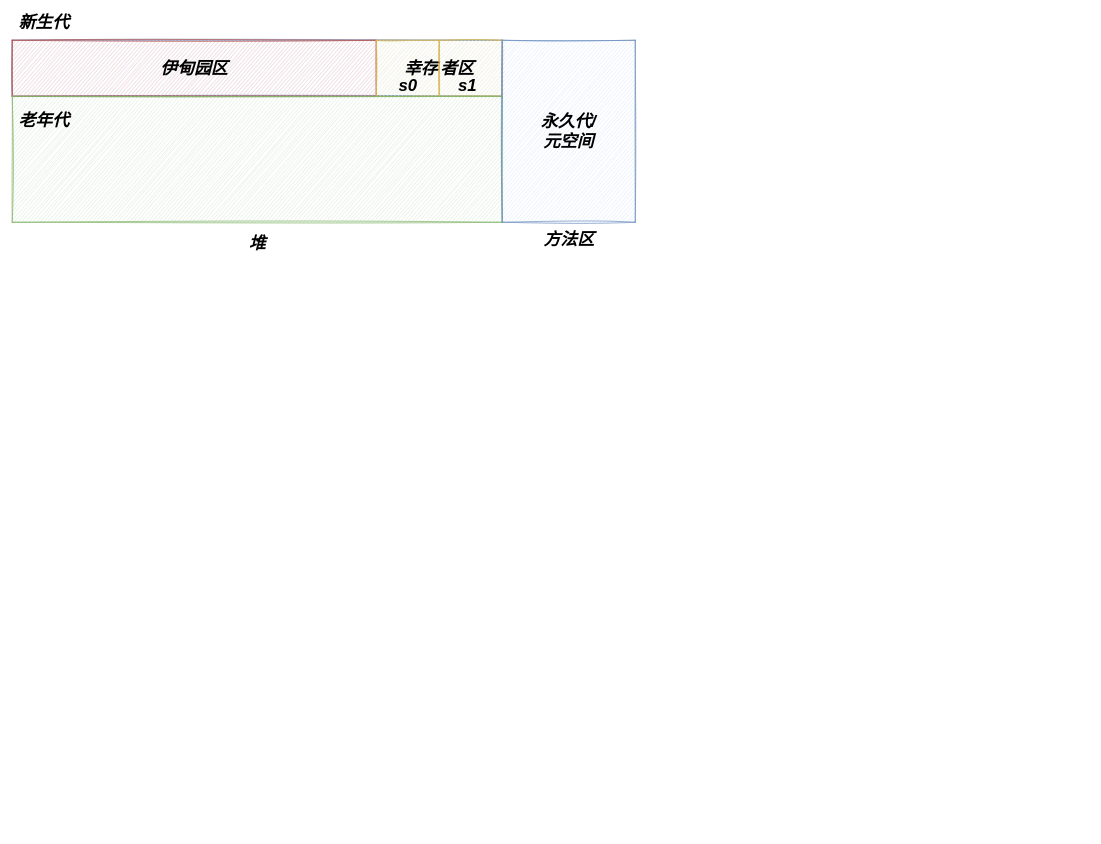
Before: heap.drawio in Bukayoooo/Draws, a draw.io diagram. Source tidied: cells renumbered, new cells numbered last; positions are measured from the earlier drawing's top-left corner, leaving out a move shared by most shapes. Both pictures are drawn from the tidied source at 70%, with x=0, y=0 at pixel (12, 12).
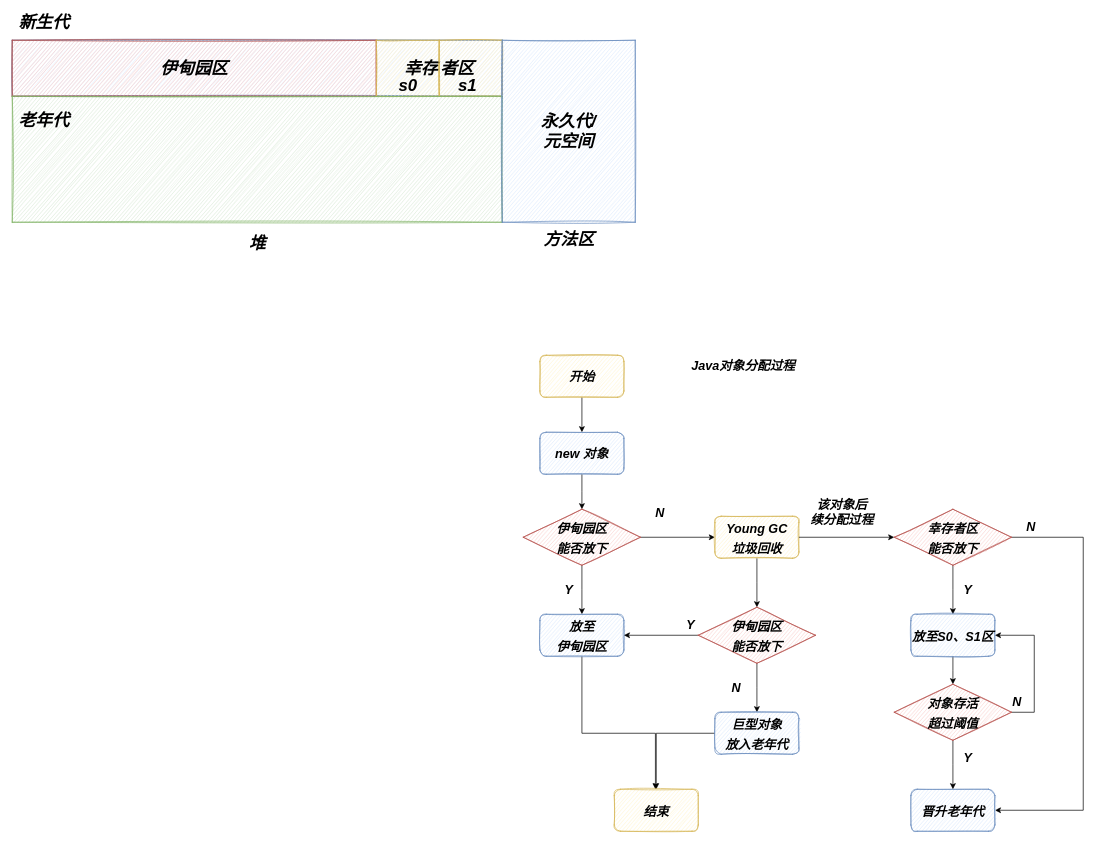
After the change.

Diff of the diagram source:
```diff
@@
+    <mxCell id="14" style="edgeStyle=orthogonalEdgeStyle;rounded=0;jettySize=auto;html=1;fontSize=18;" parent="1" edge="1" source="15" target="17">
+      <mxGeometry relative="1" as="geometry" />
+    </mxCell>
+    <mxCell id="15" value="&lt;b&gt;&lt;i&gt;&lt;font style=&quot;font-size: 18px;&quot;&gt;开始&lt;/font&gt;&lt;/i&gt;&lt;/b&gt;" style="rounded=1;whiteSpace=wrap;html=1;sketch=1;fontSize=24;fillColor=#fff2cc;strokeColor=#d6b656;" parent="1" vertex="1">
+      <mxGeometry x="753.8" y="490" width="120" height="60" as="geometry" />
+    </mxCell>
+    <mxCell id="16" style="edgeStyle=orthogonalEdgeStyle;rounded=0;jettySize=auto;html=1;fontSize=18;" parent="1" edge="1" source="17" target="20">
+      <mxGeometry relative="1" as="geometry" />
+    </mxCell>
+    <mxCell id="17" value="&lt;b&gt;&lt;i&gt;&lt;font style=&quot;font-size: 18px;&quot;&gt;new 对象&lt;/font&gt;&lt;/i&gt;&lt;/b&gt;" style="rounded=1;whiteSpace=wrap;html=1;sketch=1;fontSize=24;fillColor=#dae8fc;strokeColor=#6c8ebf;" parent="1" vertex="1">
+      <mxGeometry x="753.8" y="600" width="120" height="60" as="geometry" />
+    </mxCell>
+    <mxCell id="18" style="edgeStyle=orthogonalEdgeStyle;rounded=0;jettySize=auto;html=1;entryX=0.5;entryY=0;entryDx=0;entryDy=0;fontSize=18;" parent="1" edge="1" source="20" target="22">
+      <mxGeometry relative="1" as="geometry" />
+    </mxCell>
+    <mxCell id="19" style="edgeStyle=orthogonalEdgeStyle;rounded=0;jettySize=auto;html=1;fontSize=18;" parent="1" edge="1" source="20" target="25">
+      <mxGeometry relative="1" as="geometry" />
+    </mxCell>
+    <mxCell id="20" value="&lt;i&gt;&lt;b&gt;&lt;font style=&quot;font-size: 18px;&quot;&gt;伊甸园区&lt;br&gt;能否放下&lt;/font&gt;&lt;/b&gt;&lt;/i&gt;" style="rhombus;whiteSpace=wrap;html=1;sketch=1;fontSize=24;fillColor=#f8cecc;strokeColor=#b85450;" parent="1" vertex="1">
+      <mxGeometry x="730" y="710" width="167.5" height="80" as="geometry" />
+    </mxCell>
+    <mxCell id="21" style="edgeStyle=orthogonalEdgeStyle;rounded=0;jettySize=auto;html=1;fontSize=18;" parent="1" edge="1" source="22" target="34">
+      <mxGeometry relative="1" as="geometry">
+        <Array as="points">
+          <mxPoint x="813.8" y="1030" />
+          <mxPoint x="918.8" y="1030" />
+        </Array>
+      </mxGeometry>
+    </mxCell>
+    <mxCell id="22" value="&lt;b&gt;&lt;i&gt;&lt;font style=&quot;font-size: 18px;&quot;&gt;放至&lt;br&gt;伊甸园区&lt;/font&gt;&lt;/i&gt;&lt;/b&gt;" style="rounded=1;whiteSpace=wrap;html=1;sketch=1;fontSize=24;fillColor=#dae8fc;strokeColor=#6c8ebf;" parent="1" vertex="1">
+      <mxGeometry x="753.8" y="860" width="120" height="60" as="geometry" />
+    </mxCell>
+    <mxCell id="23" value="&lt;i&gt;&lt;b&gt;N&lt;/b&gt;&lt;/i&gt;" style="text;html=1;align=center;verticalAlign=middle;strokeColor=none;fillColor=none;fontSize=18;" parent="1" vertex="1">
+      <mxGeometry x="910" y="700" width="30" height="30" as="geometry" />
+    </mxCell>
+    <mxCell id="24" style="edgeStyle=orthogonalEdgeStyle;rounded=0;jettySize=auto;html=1;fontSize=18;" parent="1" edge="1" source="25" target="28">
+      <mxGeometry relative="1" as="geometry" />
+    </mxCell>
+    <mxCell id="25" value="&lt;span style=&quot;font-size: 18px;&quot;&gt;&lt;b&gt;&lt;i&gt;Young GC&lt;br&gt;垃圾回收&lt;/i&gt;&lt;/b&gt;&lt;/span&gt;" style="rounded=1;whiteSpace=wrap;html=1;sketch=1;fontSize=24;fillColor=#fff2cc;strokeColor=#d6b656;" parent="1" vertex="1">
+      <mxGeometry x="1003.8" y="720" width="120" height="60" as="geometry" />
+    </mxCell>
+    <mxCell id="26" style="edgeStyle=orthogonalEdgeStyle;rounded=0;jettySize=auto;html=1;fontSize=18;" parent="1" edge="1" source="28" target="30">
+      <mxGeometry relative="1" as="geometry" />
+    </mxCell>
+    <mxCell id="27" style="edgeStyle=orthogonalEdgeStyle;rounded=0;jettySize=auto;html=1;fontSize=18;" parent="1" edge="1" source="28" target="22">
+      <mxGeometry relative="1" as="geometry" />
+    </mxCell>
+    <mxCell id="28" value="&lt;i&gt;&lt;b&gt;&lt;font style=&quot;font-size: 18px;&quot;&gt;伊甸园区&lt;br&gt;能否放下&lt;br&gt;&lt;/font&gt;&lt;/b&gt;&lt;/i&gt;" style="rhombus;whiteSpace=wrap;html=1;sketch=1;fontSize=24;fillColor=#f8cecc;strokeColor=#b85450;" parent="1" vertex="1">
+      <mxGeometry x="980" y="850" width="167.5" height="80" as="geometry" />
+    </mxCell>
+    <mxCell id="29" style="edgeStyle=orthogonalEdgeStyle;rounded=0;jettySize=auto;html=1;entryX=0.5;entryY=0;entryDx=0;entryDy=0;fontSize=18;" parent="1" edge="1" source="30" target="34">
+      <mxGeometry relative="1" as="geometry" />
+    </mxCell>
+    <mxCell id="30" value="&lt;span style=&quot;font-size: 18px;&quot;&gt;&lt;b&gt;&lt;i&gt;巨型对象&lt;br&gt;放入老年代&lt;br&gt;&lt;/i&gt;&lt;/b&gt;&lt;/span&gt;" style="rounded=1;whiteSpace=wrap;html=1;sketch=1;fontSize=24;fillColor=#dae8fc;strokeColor=#6c8ebf;" parent="1" vertex="1">
+      <mxGeometry x="1003.8" y="1000" width="120" height="60" as="geometry" />
+    </mxCell>
+    <mxCell id="31" value="&lt;i&gt;&lt;b&gt;N&lt;/b&gt;&lt;/i&gt;" style="text;html=1;align=center;verticalAlign=middle;strokeColor=none;fillColor=none;fontSize=18;" parent="1" vertex="1">
+      <mxGeometry x="1018.8" y="950" width="30" height="30" as="geometry" />
+    </mxCell>
+    <mxCell id="32" value="&lt;i&gt;&lt;b&gt;Y&lt;/b&gt;&lt;/i&gt;" style="text;html=1;align=center;verticalAlign=middle;strokeColor=none;fillColor=none;fontSize=18;" parent="1" vertex="1">
+      <mxGeometry x="780" y="810" width="30" height="30" as="geometry" />
+    </mxCell>
+    <mxCell id="33" value="&lt;i&gt;&lt;b&gt;Y&lt;/b&gt;&lt;/i&gt;" style="text;html=1;align=center;verticalAlign=middle;strokeColor=none;fillColor=none;fontSize=18;" parent="1" vertex="1">
+      <mxGeometry x="953.8" y="860" width="30" height="30" as="geometry" />
+    </mxCell>
+    <mxCell id="34" value="&lt;span style=&quot;font-size: 18px;&quot;&gt;&lt;b&gt;&lt;i&gt;结束&lt;/i&gt;&lt;/b&gt;&lt;/span&gt;" style="rounded=1;whiteSpace=wrap;html=1;sketch=1;fontSize=24;fillColor=#fff2cc;strokeColor=#d6b656;" parent="1" vertex="1">
+      <mxGeometry x="860" y="1110" width="120" height="60" as="geometry" />
+    </mxCell>
+    <mxCell id="35" value="&lt;b&gt;&lt;i&gt;Java对象分配过程&lt;/i&gt;&lt;/b&gt;" style="text;html=1;align=center;verticalAlign=middle;strokeColor=none;fillColor=none;fontSize=18;" parent="1" vertex="1">
+      <mxGeometry x="963.8" y="490" width="160" height="30" as="geometry" />
+    </mxCell>
+    <mxCell id="36" style="edgeStyle=orthogonalEdgeStyle;rounded=0;orthogonalLoop=1;jettySize=auto;html=1;fontSize=18;" parent="1" edge="1">
+      <mxGeometry relative="1" as="geometry">
+        <mxPoint x="1123.8" y="750" as="sourcePoint" />
+        <mxPoint x="1260" y="750" as="targetPoint" />
+      </mxGeometry>
+    </mxCell>
+    <mxCell id="37" value="&lt;b&gt;&lt;i&gt;该对象后&lt;br&gt;续分配过程&lt;/i&gt;&lt;/b&gt;" style="text;html=1;align=center;verticalAlign=middle;strokeColor=none;fillColor=none;fontSize=18;" parent="1" vertex="1">
+      <mxGeometry x="1130" y="690" width="110" height="50" as="geometry" />
+    </mxCell>
+    <mxCell id="38" style="edgeStyle=orthogonalEdgeStyle;rounded=0;jettySize=auto;html=1;entryX=0.5;entryY=0;entryDx=0;entryDy=0;fontSize=18;" parent="1" edge="1" source="40" target="43">
+      <mxGeometry relative="1" as="geometry" />
+    </mxCell>
+    <mxCell id="39" style="edgeStyle=orthogonalEdgeStyle;rounded=0;jettySize=auto;html=1;fontSize=18;entryX=1;entryY=0.5;entryDx=0;entryDy=0;" parent="1" edge="1" source="40" target="41">
+      <mxGeometry relative="1" as="geometry">
+        <Array as="points">
+          <mxPoint x="1530" y="750" />
+          <mxPoint x="1530" y="1140" />
+        </Array>
+      </mxGeometry>
+    </mxCell>
+    <mxCell id="40" value="&lt;i&gt;&lt;b&gt;&lt;font style=&quot;font-size: 18px;&quot;&gt;幸存者区&lt;br&gt;能否放下&lt;br&gt;&lt;/font&gt;&lt;/b&gt;&lt;/i&gt;" style="rhombus;whiteSpace=wrap;html=1;sketch=1;fontSize=24;fillColor=#f8cecc;strokeColor=#b85450;" parent="1" vertex="1">
+      <mxGeometry x="1260" y="710" width="167.5" height="80" as="geometry" />
+    </mxCell>
+    <mxCell id="41" value="&lt;span style=&quot;font-size: 18px;&quot;&gt;&lt;b&gt;&lt;i&gt;晋升老年代&lt;br&gt;&lt;/i&gt;&lt;/b&gt;&lt;/span&gt;" style="rounded=1;whiteSpace=wrap;html=1;sketch=1;fontSize=24;fillColor=#dae8fc;strokeColor=#6c8ebf;" parent="1" vertex="1">
+      <mxGeometry x="1283.8" y="1110" width="120" height="60" as="geometry" />
+    </mxCell>
+    <mxCell id="42" style="edgeStyle=orthogonalEdgeStyle;rounded=0;jettySize=auto;html=1;fontSize=18;" parent="1" edge="1" source="43" target="47">
+      <mxGeometry relative="1" as="geometry" />
+    </mxCell>
+    <mxCell id="43" value="&lt;span style=&quot;font-size: 18px;&quot;&gt;&lt;b&gt;&lt;i&gt;放至S0、S1区&lt;br&gt;&lt;/i&gt;&lt;/b&gt;&lt;/span&gt;" style="rounded=1;whiteSpace=wrap;html=1;sketch=1;fontSize=24;fillColor=#dae8fc;strokeColor=#6c8ebf;" parent="1" vertex="1">
+      <mxGeometry x="1283.8" y="860" width="120" height="60" as="geometry" />
+    </mxCell>
+    <mxCell id="44" value="&lt;i&gt;&lt;b&gt;Y&lt;/b&gt;&lt;/i&gt;" style="text;html=1;align=center;verticalAlign=middle;strokeColor=none;fillColor=none;fontSize=18;" parent="1" vertex="1">
+      <mxGeometry x="1350" y="810" width="30" height="30" as="geometry" />
+    </mxCell>
+    <mxCell id="45" style="edgeStyle=orthogonalEdgeStyle;rounded=0;jettySize=auto;html=1;fontSize=18;" parent="1" edge="1" source="47" target="41">
+      <mxGeometry relative="1" as="geometry" />
+    </mxCell>
+    <mxCell id="46" style="edgeStyle=orthogonalEdgeStyle;rounded=0;jettySize=auto;html=1;entryX=1;entryY=0.5;entryDx=0;entryDy=0;fontSize=18;" parent="1" edge="1" source="47" target="43">
+      <mxGeometry relative="1" as="geometry">
+        <Array as="points">
+          <mxPoint x="1460" y="1000" />
+          <mxPoint x="1460" y="890" />
+        </Array>
+      </mxGeometry>
+    </mxCell>
+    <mxCell id="47" value="&lt;i&gt;&lt;b&gt;&lt;font style=&quot;font-size: 18px;&quot;&gt;对象存活&lt;br&gt;超过阈值&lt;br&gt;&lt;/font&gt;&lt;/b&gt;&lt;/i&gt;" style="rhombus;whiteSpace=wrap;html=1;sketch=1;fontSize=24;fillColor=#f8cecc;strokeColor=#b85450;" parent="1" vertex="1">
+      <mxGeometry x="1260" y="960" width="167.5" height="80" as="geometry" />
+    </mxCell>
+    <mxCell id="48" value="&lt;i&gt;&lt;b&gt;N&lt;/b&gt;&lt;/i&gt;" style="text;html=1;align=center;verticalAlign=middle;strokeColor=none;fillColor=none;fontSize=18;" parent="1" vertex="1">
+      <mxGeometry x="1420" y="970" width="30" height="30" as="geometry" />
+    </mxCell>
+    <mxCell id="49" value="&lt;i&gt;&lt;b&gt;Y&lt;/b&gt;&lt;/i&gt;" style="text;html=1;align=center;verticalAlign=middle;strokeColor=none;fillColor=none;fontSize=18;" parent="1" vertex="1">
+      <mxGeometry x="1350" y="1050" width="30" height="30" as="geometry" />
+    </mxCell>
+    <mxCell id="50" value="&lt;b&gt;&lt;i&gt;N&lt;/i&gt;&lt;/b&gt;" style="text;html=1;align=center;verticalAlign=middle;strokeColor=none;fillColor=none;fontSize=18;" parent="1" vertex="1">
+      <mxGeometry x="1440" y="720" width="30" height="30" as="geometry" />
+    </mxCell>
```
